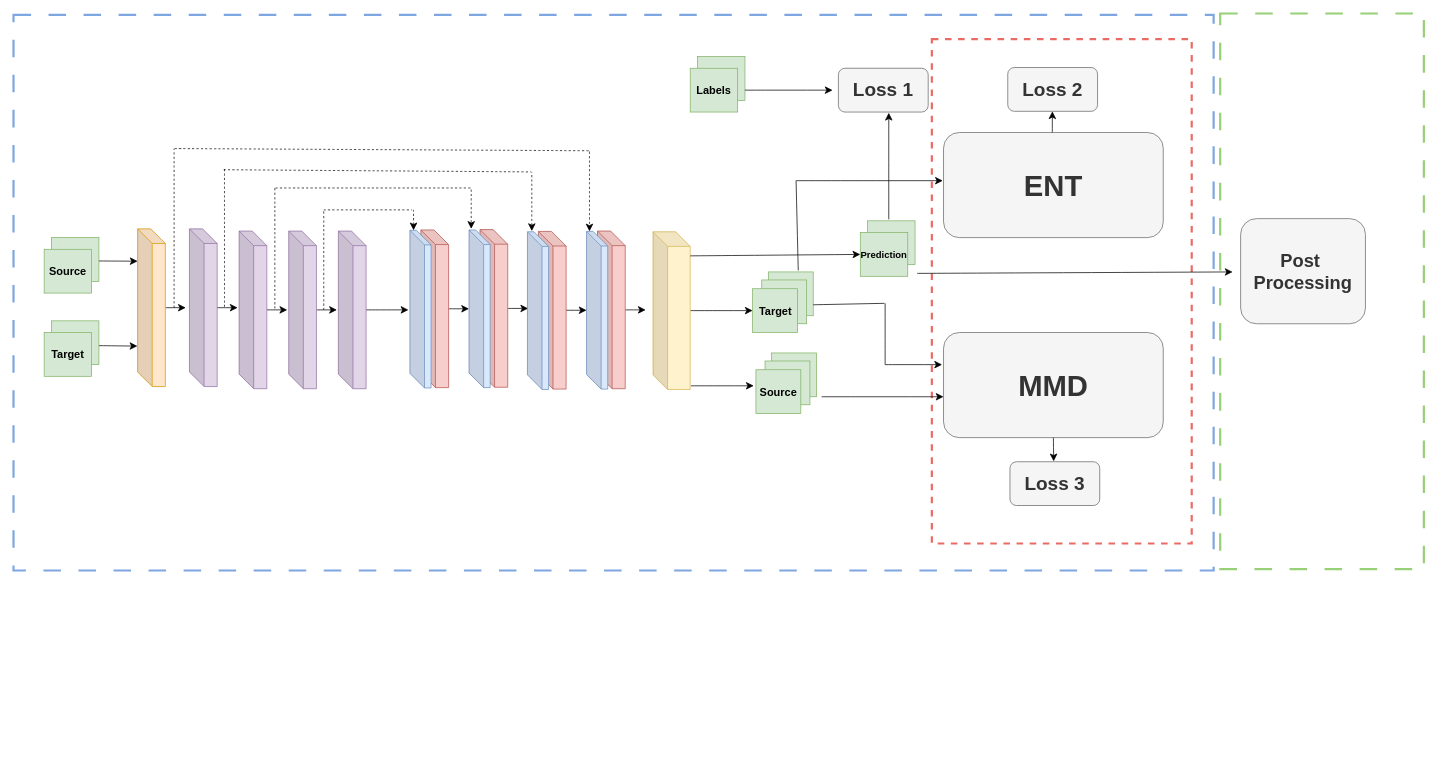
Yingda-Yu/Spartina-Earth keeps this draw.io diagram as Spatina Net.drawio. Above is the earlier version. Source tidied: cells renumbered, new cells numbered last; positions are measured from the earlier drawing's top-left corner, leaving out a move shared by most shapes. Both pictures are drawn from the tidied source at 73%, with x=0, y=0 at pixel (13, 13).
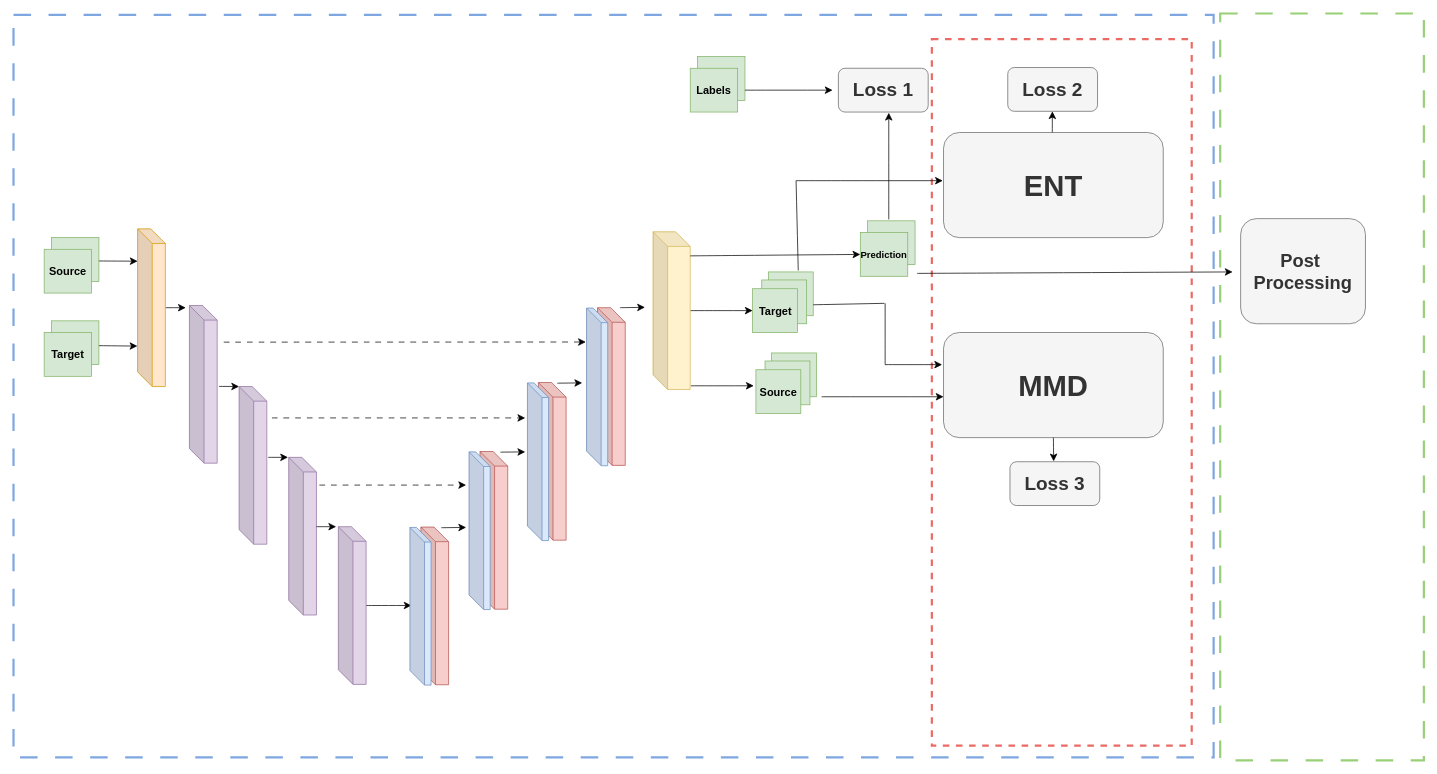
Above is the later version.

Diff of the diagram source:
```diff
@@
     <mxCell id="2" style="verticalLabelPosition=bottom;verticalAlign=top;html=1;shape=mxgraph.basic.rect;fillColor2=none;strokeWidth=3;size=0;indent=5;dashed=1;dashPattern=8 8;strokeColor=#97D077;" parent="1" vertex="1">
-      <mxGeometry x="1653" width="279" height="761" as="geometry" />
+      <mxGeometry x="1653" width="279" height="1023" as="geometry" />
     </mxCell>
     <mxCell id="3" style="verticalLabelPosition=bottom;verticalAlign=top;html=1;shape=mxgraph.basic.rect;fillColor2=none;strokeWidth=3;size=0;indent=5;dashed=1;dashPattern=8 8;strokeColor=#7EA6E0;" parent="1" vertex="1">
-      <mxGeometry y="2" width="1644" height="761" as="geometry" />
+      <mxGeometry y="2" width="1644" height="1017" as="geometry" />
     </mxCell>
     <mxCell id="4" style="verticalLabelPosition=bottom;verticalAlign=top;html=1;shape=mxgraph.basic.rect;fillColor2=none;strokeWidth=3;size=0;indent=5;dashed=1;strokeColor=#EA6B66;" parent="1" vertex="1">
-      <mxGeometry x="1258" y="35" width="356" height="691" as="geometry" />
+      <mxGeometry x="1258" y="35" width="356" height="968" as="geometry" />
     </mxCell>
@@
-    <mxCell id="9" style="edgeStyle=none;curved=1;rounded=0;jettySize=auto;html=1;fontSize=12;startSize=8;endSize=8;" parent="1" edge="1" source="10">
-      <mxGeometry relative="1" as="geometry">
-        <mxPoint x="307" y="403" as="targetPoint" />
-      </mxGeometry>
+    <mxCell id="9" style="edgeStyle=none;curved=1;rounded=0;jettySize=auto;html=1;fontSize=12;startSize=8;endSize=8;exitX=1.071;exitY=0.513;exitDx=0;exitDy=0;exitPerimeter=0;entryX=0;entryY=0;entryDx=0;entryDy=0;entryPerimeter=0;" parent="1" edge="1" source="10" target="12">
+      <mxGeometry relative="1" as="geometry" />
     </mxCell>
     <mxCell id="10" style="shape=cube;whiteSpace=wrap;html=1;boundedLbl=1;backgroundOutline=1;darkOpacity=0.05;darkOpacity2=0.1;fillColor=#e1d5e7;strokeColor=#9673a6;" parent="1" vertex="1">
-      <mxGeometry x="241" y="295" width="38" height="216" as="geometry" />
+      <mxGeometry x="241" y="400" width="38" height="216" as="geometry" />
     </mxCell>
-    <mxCell id="11" style="edgeStyle=none;curved=1;rounded=0;jettySize=auto;html=1;fontSize=12;startSize=8;endSize=8;" parent="1" edge="1" source="12">
-      <mxGeometry relative="1" as="geometry">
-        <mxPoint x="375" y="406" as="targetPoint" />
-      </mxGeometry>
-    </mxCell>
     <mxCell id="12" style="shape=cube;whiteSpace=wrap;html=1;boundedLbl=1;backgroundOutline=1;darkOpacity=0.05;darkOpacity2=0.1;fillColor=#e1d5e7;strokeColor=#9673a6;" parent="1" vertex="1">
-      <mxGeometry x="309" y="298" width="38" height="216" as="geometry" />
+      <mxGeometry x="309" y="511" width="38" height="216" as="geometry" />
     </mxCell>
-    <mxCell id="13" style="edgeStyle=none;curved=1;rounded=0;jettySize=auto;html=1;fontSize=12;startSize=8;endSize=8;" parent="1" edge="1" source="14">
-      <mxGeometry relative="1" as="geometry">
-        <mxPoint x="443" y="406" as="targetPoint" />
-      </mxGeometry>
-    </mxCell>
     <mxCell id="14" style="shape=cube;whiteSpace=wrap;html=1;boundedLbl=1;backgroundOutline=1;darkOpacity=0.05;darkOpacity2=0.1;fillColor=#e1d5e7;strokeColor=#9673a6;" parent="1" vertex="1">
-      <mxGeometry x="377" y="298" width="38" height="216" as="geometry" />
+      <mxGeometry x="377" y="608" width="38" height="216" as="geometry" />
     </mxCell>
-    <mxCell id="15" style="edgeStyle=none;curved=1;rounded=0;jettySize=auto;html=1;fontSize=12;startSize=8;endSize=8;" parent="1" edge="1" source="16">
-      <mxGeometry relative="1" as="geometry">
-        <mxPoint x="541" y="406" as="targetPoint" />
-      </mxGeometry>
-    </mxCell>
+    <mxCell id="80" style="edgeStyle=none;curved=1;rounded=0;jettySize=auto;html=1;fontSize=12;startSize=8;endSize=8;entryX=0.077;entryY=0.495;entryDx=0;entryDy=0;entryPerimeter=0;" parent="1" edge="1" source="16" target="19">
+      <mxGeometry relative="1" as="geometry" />
+    </mxCell>
     <mxCell id="16" style="shape=cube;whiteSpace=wrap;html=1;boundedLbl=1;backgroundOutline=1;darkOpacity=0.05;darkOpacity2=0.1;fillColor=#e1d5e7;strokeColor=#9673a6;" parent="1" vertex="1">
-      <mxGeometry x="445" y="298" width="38" height="216" as="geometry" />
+      <mxGeometry x="445" y="703" width="38" height="216" as="geometry" />
     </mxCell>
-    <mxCell id="17" style="edgeStyle=none;curved=1;rounded=0;jettySize=auto;html=1;fontSize=12;startSize=8;endSize=8;" parent="1" edge="1" source="18">
-      <mxGeometry relative="1" as="geometry">
-        <mxPoint x="624" y="404.5" as="targetPoint" />
-      </mxGeometry>
-    </mxCell>
     <mxCell id="18" style="shape=cube;whiteSpace=wrap;html=1;boundedLbl=1;backgroundOutline=1;darkOpacity=0.05;darkOpacity2=0.1;fillColor=#f8cecc;strokeColor=#b85450;" parent="1" vertex="1">
-      <mxGeometry x="558" y="296.5" width="38" height="216" as="geometry" />
+      <mxGeometry x="558" y="703.5" width="38" height="216" as="geometry" />
     </mxCell>
     <mxCell id="19" style="shape=cube;whiteSpace=wrap;html=1;boundedLbl=1;backgroundOutline=1;darkOpacity=0.05;darkOpacity2=0.1;fillColor=#dae8fc;strokeColor=#6c8ebf;" parent="1" vertex="1">
-      <mxGeometry x="543" y="297" width="29" height="216" as="geometry" />
+      <mxGeometry x="543" y="704" width="29" height="216" as="geometry" />
     </mxCell>
-    <mxCell id="20" style="edgeStyle=none;curved=1;rounded=0;jettySize=auto;html=1;fontSize=12;startSize=8;endSize=8;" parent="1" edge="1" source="21">
-      <mxGeometry relative="1" as="geometry">
-        <mxPoint x="705" y="404" as="targetPoint" />
-      </mxGeometry>
-    </mxCell>
     <mxCell id="21" style="shape=cube;whiteSpace=wrap;html=1;boundedLbl=1;backgroundOutline=1;darkOpacity=0.05;darkOpacity2=0.1;fillColor=#f8cecc;strokeColor=#b85450;" parent="1" vertex="1">
-      <mxGeometry x="639" y="296" width="38" height="216" as="geometry" />
+      <mxGeometry x="639" y="600" width="38" height="216" as="geometry" />
     </mxCell>
     <mxCell id="22" style="shape=cube;whiteSpace=wrap;html=1;boundedLbl=1;backgroundOutline=1;darkOpacity=0.05;darkOpacity2=0.1;fillColor=#dae8fc;strokeColor=#6c8ebf;" parent="1" vertex="1">
-      <mxGeometry x="624" y="296.5" width="29" height="216" as="geometry" />
+      <mxGeometry x="624" y="600.5" width="29" height="216" as="geometry" />
     </mxCell>
-    <mxCell id="23" style="edgeStyle=none;curved=1;rounded=0;jettySize=auto;html=1;fontSize=12;startSize=8;endSize=8;" parent="1" edge="1" source="24">
-      <mxGeometry relative="1" as="geometry">
-        <mxPoint x="785" y="406.5" as="targetPoint" />
-      </mxGeometry>
-    </mxCell>
     <mxCell id="24" style="shape=cube;whiteSpace=wrap;html=1;boundedLbl=1;backgroundOutline=1;darkOpacity=0.05;darkOpacity2=0.1;fillColor=#f8cecc;strokeColor=#b85450;" parent="1" vertex="1">
-      <mxGeometry x="719" y="298.5" width="38" height="216" as="geometry" />
+      <mxGeometry x="719" y="505.5" width="38" height="216" as="geometry" />
     </mxCell>
     <mxCell id="25" style="shape=cube;whiteSpace=wrap;html=1;boundedLbl=1;backgroundOutline=1;darkOpacity=0.05;darkOpacity2=0.1;fillColor=#dae8fc;strokeColor=#6c8ebf;" parent="1" vertex="1">
-      <mxGeometry x="704" y="299" width="29" height="216" as="geometry" />
+      <mxGeometry x="704" y="506" width="29" height="216" as="geometry" />
     </mxCell>
-    <mxCell id="26" style="edgeStyle=none;curved=1;rounded=0;jettySize=auto;html=1;fontSize=12;startSize=8;endSize=8;" parent="1" edge="1" source="27">
-      <mxGeometry relative="1" as="geometry">
-        <mxPoint x="866" y="406" as="targetPoint" />
-      </mxGeometry>
-    </mxCell>
     <mxCell id="27" style="shape=cube;whiteSpace=wrap;html=1;boundedLbl=1;backgroundOutline=1;darkOpacity=0.05;darkOpacity2=0.1;fillColor=#f8cecc;strokeColor=#b85450;" parent="1" vertex="1">
-      <mxGeometry x="800" y="298" width="38" height="216" as="geometry" />
+      <mxGeometry x="800" y="403" width="38" height="216" as="geometry" />
     </mxCell>
     <mxCell id="28" style="shape=cube;whiteSpace=wrap;html=1;boundedLbl=1;backgroundOutline=1;darkOpacity=0.05;darkOpacity2=0.1;fillColor=#dae8fc;strokeColor=#6c8ebf;" parent="1" vertex="1">
-      <mxGeometry x="785" y="298.5" width="29" height="216" as="geometry" />
+      <mxGeometry x="785" y="403.5" width="29" height="216" as="geometry" />
     </mxCell>
@@
-    <mxCell id="57" style="endArrow=none;dashed=1;html=1;rounded=0;fontSize=12;startSize=8;endSize=8;curved=1;" parent="1" edge="1">
-      <mxGeometry relative="1" as="geometry">
-        <mxPoint x="220" y="403" as="sourcePoint" />
-        <mxPoint x="220" y="185" as="targetPoint" />
-      </mxGeometry>
-    </mxCell>
-    <mxCell id="58" style="endArrow=none;dashed=1;html=1;rounded=0;fontSize=12;startSize=8;endSize=8;curved=1;" parent="1" edge="1">
-      <mxGeometry relative="1" as="geometry">
-        <mxPoint x="289" y="402" as="sourcePoint" />
-        <mxPoint x="289" y="212" as="targetPoint" />
-      </mxGeometry>
-    </mxCell>
-    <mxCell id="59" style="endArrow=none;dashed=1;html=1;rounded=0;fontSize=12;startSize=8;endSize=8;curved=1;" parent="1" edge="1">
-      <mxGeometry relative="1" as="geometry">
-        <mxPoint x="358" y="404" as="sourcePoint" />
-        <mxPoint x="358" y="237" as="targetPoint" />
-      </mxGeometry>
-    </mxCell>
-    <mxCell id="60" style="endArrow=none;dashed=1;html=1;rounded=0;fontSize=12;startSize=8;endSize=8;curved=1;" parent="1" edge="1">
-      <mxGeometry relative="1" as="geometry">
-        <mxPoint x="425" y="406" as="sourcePoint" />
-        <mxPoint x="425" y="271" as="targetPoint" />
-      </mxGeometry>
-    </mxCell>
-    <mxCell id="61" style="endArrow=none;dashed=1;html=1;rounded=0;fontSize=12;startSize=8;endSize=8;curved=1;" parent="1" edge="1">
-      <mxGeometry relative="1" as="geometry">
-        <mxPoint x="221" y="185" as="sourcePoint" />
-        <mxPoint x="789" y="188" as="targetPoint" />
-      </mxGeometry>
-    </mxCell>
-    <mxCell id="62" style="endArrow=none;dashed=1;html=1;rounded=0;fontSize=12;startSize=8;endSize=8;curved=1;" parent="1" edge="1">
-      <mxGeometry relative="1" as="geometry">
-        <mxPoint x="288" y="214" as="sourcePoint" />
-        <mxPoint x="709" y="217" as="targetPoint" />
-      </mxGeometry>
-    </mxCell>
-    <mxCell id="63" style="endArrow=none;dashed=1;html=1;rounded=0;fontSize=12;startSize=8;endSize=8;curved=1;" parent="1" edge="1">
-      <mxGeometry relative="1" as="geometry">
-        <mxPoint x="359" y="239" as="sourcePoint" />
-        <mxPoint x="627" y="239" as="targetPoint" />
-      </mxGeometry>
-    </mxCell>
-    <mxCell id="64" style="endArrow=none;dashed=1;html=1;rounded=0;fontSize=12;startSize=8;endSize=8;curved=1;" parent="1" edge="1">
-      <mxGeometry relative="1" as="geometry">
-        <mxPoint x="425" y="269" as="sourcePoint" />
-        <mxPoint x="546" y="269" as="targetPoint" />
-      </mxGeometry>
-    </mxCell>
-    <mxCell id="65" style="endArrow=none;dashed=1;html=1;rounded=0;fontSize=12;startSize=8;endSize=8;curved=1;" parent="1" edge="1">
-      <mxGeometry relative="1" as="geometry">
-        <mxPoint x="548" y="295" as="sourcePoint" />
-        <mxPoint x="548" y="269" as="targetPoint" />
-      </mxGeometry>
-    </mxCell>
-    <mxCell id="66" style="endArrow=none;dashed=1;html=1;rounded=0;fontSize=12;startSize=8;endSize=8;curved=1;" parent="1" edge="1">
-      <mxGeometry relative="1" as="geometry">
-        <mxPoint x="627" y="292" as="sourcePoint" />
-        <mxPoint x="627" y="239" as="targetPoint" />
-      </mxGeometry>
-    </mxCell>
-    <mxCell id="67" style="endArrow=none;dashed=1;html=1;rounded=0;fontSize=12;startSize=8;endSize=8;curved=1;" parent="1" edge="1">
-      <mxGeometry relative="1" as="geometry">
-        <mxPoint x="710" y="296" as="sourcePoint" />
-        <mxPoint x="710" y="217" as="targetPoint" />
-      </mxGeometry>
-    </mxCell>
-    <mxCell id="68" style="endArrow=none;dashed=1;html=1;rounded=0;fontSize=12;startSize=8;endSize=8;curved=1;" parent="1" edge="1">
-      <mxGeometry relative="1" as="geometry">
-        <mxPoint x="789" y="294" as="sourcePoint" />
-        <mxPoint x="789" y="187" as="targetPoint" />
-      </mxGeometry>
-    </mxCell>
-    <mxCell id="69" style="endArrow=classic;html=1;rounded=0;fontSize=12;startSize=8;endSize=8;curved=1;entryX=0.172;entryY=0;entryDx=0;entryDy=0;entryPerimeter=0;" parent="1" edge="1" target="19">
-      <mxGeometry relative="1" as="geometry">
-        <mxPoint x="548" y="289" as="sourcePoint" />
-      </mxGeometry>
-    </mxCell>
-    <mxCell id="70" style="endArrow=classic;html=1;rounded=0;fontSize=12;startSize=8;endSize=8;curved=1;entryX=0.172;entryY=0;entryDx=0;entryDy=0;entryPerimeter=0;" parent="1" edge="1">
-      <mxGeometry relative="1" as="geometry">
-        <mxPoint x="627" y="287" as="sourcePoint" />
-        <mxPoint x="627" y="295" as="targetPoint" />
-      </mxGeometry>
-    </mxCell>
-    <mxCell id="71" style="endArrow=classic;html=1;rounded=0;fontSize=12;startSize=8;endSize=8;curved=1;entryX=0.172;entryY=0;entryDx=0;entryDy=0;entryPerimeter=0;" parent="1" edge="1">
-      <mxGeometry relative="1" as="geometry">
-        <mxPoint x="710" y="290" as="sourcePoint" />
-        <mxPoint x="710" y="298" as="targetPoint" />
-      </mxGeometry>
-    </mxCell>
-    <mxCell id="72" style="endArrow=classic;html=1;rounded=0;fontSize=12;startSize=8;endSize=8;curved=1;entryX=0.172;entryY=0;entryDx=0;entryDy=0;entryPerimeter=0;" parent="1" edge="1">
-      <mxGeometry relative="1" as="geometry">
-        <mxPoint x="789" y="290.5" as="sourcePoint" />
-        <mxPoint x="789" y="298.5" as="targetPoint" />
-      </mxGeometry>
-    </mxCell>
@@
+    <mxCell id="81" style="edgeStyle=none;curved=1;rounded=0;orthogonalLoop=1;jettySize=auto;html=1;fontSize=12;startSize=8;endSize=8;exitX=1.071;exitY=0.513;exitDx=0;exitDy=0;exitPerimeter=0;entryX=0;entryY=0;entryDx=0;entryDy=0;entryPerimeter=0;" parent="1" edge="1">
+      <mxGeometry relative="1" as="geometry">
+        <mxPoint x="349" y="608" as="sourcePoint" />
+        <mxPoint x="376" y="608" as="targetPoint" />
+      </mxGeometry>
+    </mxCell>
+    <mxCell id="82" style="edgeStyle=none;curved=1;rounded=0;orthogonalLoop=1;jettySize=auto;html=1;fontSize=12;startSize=8;endSize=8;exitX=1.071;exitY=0.513;exitDx=0;exitDy=0;exitPerimeter=0;entryX=0;entryY=0;entryDx=0;entryDy=0;entryPerimeter=0;" parent="1" edge="1">
+      <mxGeometry relative="1" as="geometry">
+        <mxPoint x="415" y="703" as="sourcePoint" />
+        <mxPoint x="442" y="703" as="targetPoint" />
+      </mxGeometry>
+    </mxCell>
+    <mxCell id="83" style="edgeStyle=none;curved=1;rounded=0;orthogonalLoop=1;jettySize=auto;html=1;fontSize=12;startSize=8;endSize=8;exitX=1.071;exitY=0.513;exitDx=0;exitDy=0;exitPerimeter=0;" parent="1" edge="1">
+      <mxGeometry relative="1" as="geometry">
+        <mxPoint x="586" y="704.4" as="sourcePoint" />
+        <mxPoint x="620" y="704" as="targetPoint" />
+      </mxGeometry>
+    </mxCell>
+    <mxCell id="84" style="edgeStyle=none;curved=1;rounded=0;orthogonalLoop=1;jettySize=auto;html=1;fontSize=12;startSize=8;endSize=8;exitX=1.071;exitY=0.513;exitDx=0;exitDy=0;exitPerimeter=0;" parent="1" edge="1">
+      <mxGeometry relative="1" as="geometry">
+        <mxPoint x="667" y="600.9" as="sourcePoint" />
+        <mxPoint x="701" y="600.5" as="targetPoint" />
+      </mxGeometry>
+    </mxCell>
+    <mxCell id="85" style="edgeStyle=none;curved=1;rounded=0;orthogonalLoop=1;jettySize=auto;html=1;fontSize=12;startSize=8;endSize=8;exitX=1.071;exitY=0.513;exitDx=0;exitDy=0;exitPerimeter=0;" parent="1" edge="1">
+      <mxGeometry relative="1" as="geometry">
+        <mxPoint x="745" y="506.4" as="sourcePoint" />
+        <mxPoint x="779" y="506" as="targetPoint" />
+      </mxGeometry>
+    </mxCell>
+    <mxCell id="86" style="edgeStyle=none;curved=1;rounded=0;orthogonalLoop=1;jettySize=auto;html=1;fontSize=12;startSize=8;endSize=8;exitX=1.071;exitY=0.513;exitDx=0;exitDy=0;exitPerimeter=0;" parent="1" edge="1">
+      <mxGeometry relative="1" as="geometry">
+        <mxPoint x="831" y="403" as="sourcePoint" />
+        <mxPoint x="865" y="402.5" as="targetPoint" />
+      </mxGeometry>
+    </mxCell>
+    <mxCell id="87" style="edgeStyle=none;curved=1;rounded=0;orthogonalLoop=1;jettySize=auto;html=1;fontSize=12;startSize=8;endSize=8;dashed=1;dashPattern=8 8;" parent="1" edge="1">
+      <mxGeometry relative="1" as="geometry">
+        <mxPoint x="419" y="646" as="sourcePoint" />
+        <mxPoint x="620" y="646" as="targetPoint" />
+      </mxGeometry>
+    </mxCell>
+    <mxCell id="88" style="edgeStyle=none;curved=1;rounded=0;orthogonalLoop=1;jettySize=auto;html=1;fontSize=12;startSize=8;endSize=8;dashed=1;dashPattern=8 8;" parent="1" edge="1">
+      <mxGeometry relative="1" as="geometry">
+        <mxPoint x="354" y="554" as="sourcePoint" />
+        <mxPoint x="701" y="554" as="targetPoint" />
+      </mxGeometry>
+    </mxCell>
+    <mxCell id="89" style="edgeStyle=none;curved=1;rounded=0;orthogonalLoop=1;jettySize=auto;html=1;fontSize=12;startSize=8;endSize=8;dashed=1;dashPattern=8 8;" parent="1" edge="1">
+      <mxGeometry relative="1" as="geometry">
+        <mxPoint x="288" y="450.2" as="sourcePoint" />
+        <mxPoint x="784" y="450" as="targetPoint" />
+      </mxGeometry>
+    </mxCell>
```
